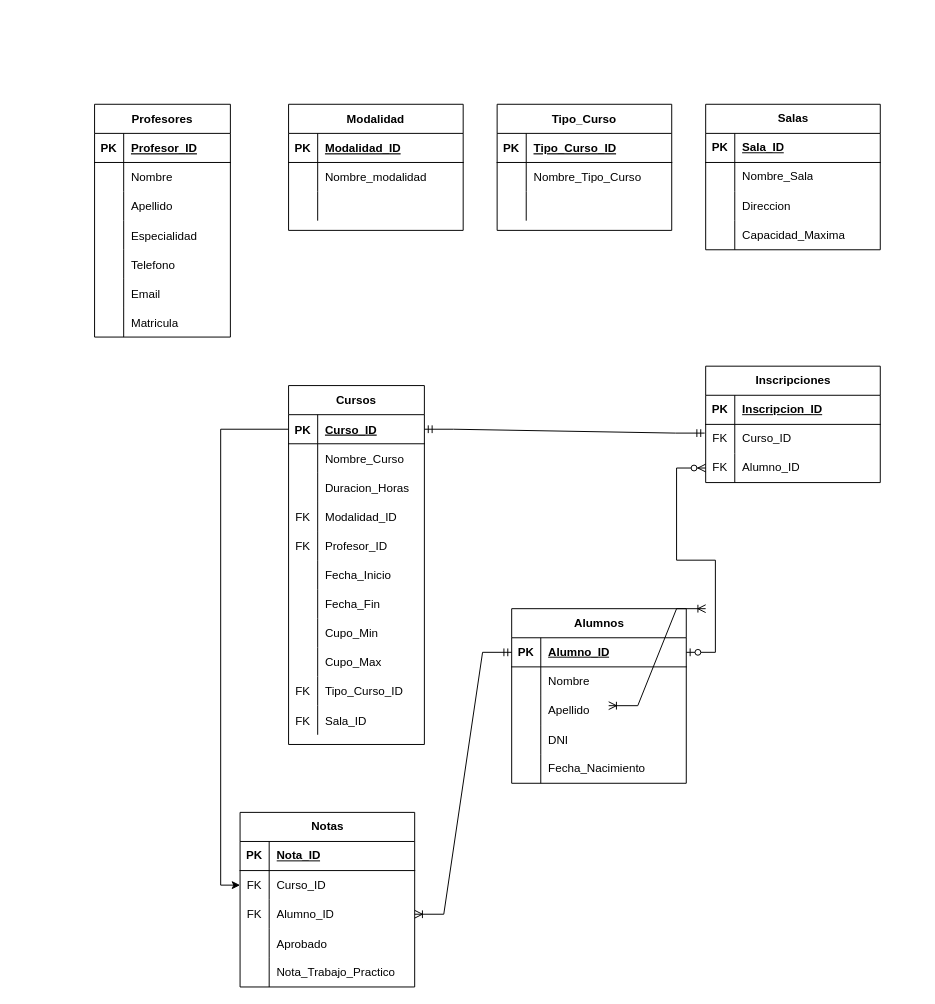
Above: Diagrama sin título.drawio in PCalderon77/Bases-de-datos1-ISSD (draw.io), before the change. Source tidied: cells renumbered, new cells numbered last; positions are measured from the earlier drawing's top-left corner, leaving out a move shared by most shapes. Both pictures are drawn from the tidied source at 97%, with x=0, y=0 at pixel (94, 104).
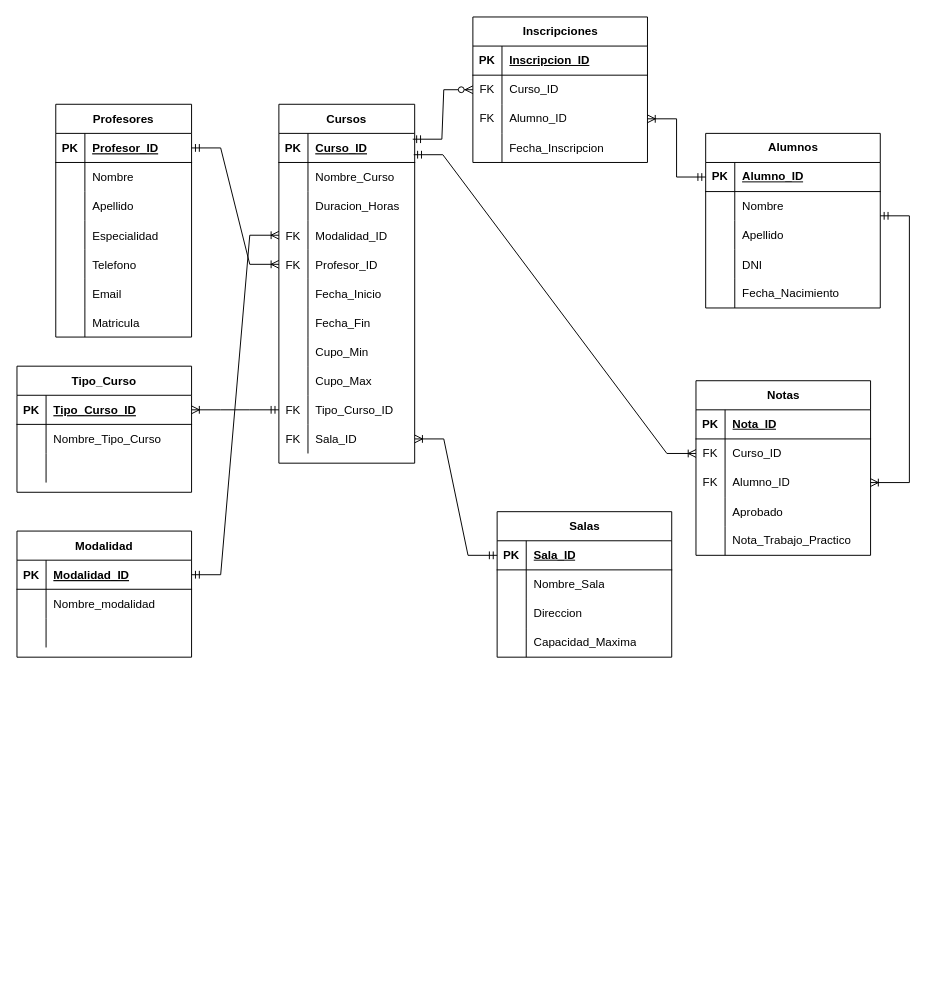
Above is the later version.

Commit message:
Actualizar Parcial 1.drawio

Unchanged cells that the change refers to:
```xml
<mxCell id="3" style="shape=partialRectangle;fillColor=none;points=[[0,0.5],[1,0.5]];portConstraint=eastwest;top=0;left=0;right=0;bottom=1;" parent="2" vertex="1">
  <mxGeometry y="30" width="180" height="30" as="geometry" />
</mxCell>
<mxCell id="13" style="shape=partialRectangle;fillColor=none;points=[[0,0.5],[1,0.5]];portConstraint=eastwest;top=0;left=0;right=0;bottom=1;" parent="12" vertex="1">
  <mxGeometry y="30" width="180" height="30" as="geometry" />
</mxCell>
<mxCell id="23" style="shape=partialRectangle;fillColor=none;points=[[0,0.5],[1,0.5]];portConstraint=eastwest;top=0;left=0;right=0;bottom=1;" parent="22" vertex="1">
  <mxGeometry y="30" width="140" height="30" as="geometry" />
</mxCell>
<mxCell id="45" style="shape=tableRow;horizontal=0;startSize=0;swimlaneHead=0;swimlaneBody=0;fillColor=none;points=[[0,0.5],[1,0.5]];portConstraint=eastwest;top=0;left=0;right=0;bottom=1;" parent="44" vertex="1">
  <mxGeometry y="30" width="180" height="30" as="geometry" />
</mxCell>
<mxCell id="58" style="shape=partialRectangle;fillColor=none;points=[[0,0.5],[1,0.5]];portConstraint=eastwest;top=0;left=0;right=0;bottom=1;" parent="57" vertex="1">
  <mxGeometry y="30" width="140" height="30" as="geometry" />
</mxCell>
<mxCell id="67" style="shape=tableRow;horizontal=0;startSize=0;swimlaneHead=0;swimlaneBody=0;fillColor=none;points=[[0,0.5],[1,0.5]];portConstraint=eastwest;top=0;left=0;right=0;bottom=0;" parent="57" vertex="1">
  <mxGeometry y="120" width="140" height="30" as="geometry" />
</mxCell>
<mxCell id="70" style="shape=tableRow;horizontal=0;startSize=0;swimlaneHead=0;swimlaneBody=0;fillColor=none;points=[[0,0.5],[1,0.5]];portConstraint=eastwest;top=0;left=0;right=0;bottom=0;" parent="57" vertex="1">
  <mxGeometry y="150" width="140" height="30" as="geometry" />
</mxCell>
<mxCell id="85" style="shape=tableRow;horizontal=0;startSize=0;swimlaneHead=0;swimlaneBody=0;fillColor=none;points=[[0,0.5],[1,0.5]];portConstraint=eastwest;top=0;left=0;right=0;bottom=0;" parent="57" vertex="1">
  <mxGeometry y="300" width="140" height="30" as="geometry" />
</mxCell>
<mxCell id="88" style="shape=tableRow;horizontal=0;startSize=0;swimlaneHead=0;swimlaneBody=0;fillColor=none;points=[[0,0.5],[1,0.5]];portConstraint=eastwest;top=0;left=0;right=0;bottom=0;" parent="57" vertex="1">
  <mxGeometry y="330" width="140" height="30" as="geometry" />
</mxCell>
<mxCell id="92" style="shape=tableRow;horizontal=0;startSize=0;swimlaneHead=0;swimlaneBody=0;fillColor=none;points=[[0,0.5],[1,0.5]];portConstraint=eastwest;top=0;left=0;right=0;bottom=1;" parent="91" vertex="1">
  <mxGeometry y="30" width="180" height="30" as="geometry" />
</mxCell>
<mxCell id="111" style="shape=tableRow;horizontal=0;startSize=0;swimlaneHead=0;swimlaneBody=0;fillColor=none;points=[[0,0.5],[1,0.5]];portConstraint=eastwest;top=0;left=0;right=0;bottom=0;" parent="107" vertex="1">
  <mxGeometry y="60" width="180" height="30" as="geometry" />
</mxCell>
<mxCell id="114" style="shape=tableRow;horizontal=0;startSize=0;swimlaneHead=0;swimlaneBody=0;fillColor=none;points=[[0,0.5],[1,0.5]];portConstraint=eastwest;top=0;left=0;right=0;bottom=0;" parent="107" vertex="1">
  <mxGeometry y="90" width="180" height="30" as="geometry" />
</mxCell>
<mxCell id="121" style="shape=tableRow;horizontal=0;startSize=0;swimlaneHead=0;swimlaneBody=0;fillColor=none;points=[[0,0.5],[1,0.5]];portConstraint=eastwest;top=0;left=0;right=0;bottom=0;" parent="117" vertex="1">
  <mxGeometry y="60" width="180" height="30" as="geometry" />
</mxCell>
<mxCell id="124" style="shape=tableRow;horizontal=0;startSize=0;swimlaneHead=0;swimlaneBody=0;fillColor=none;points=[[0,0.5],[1,0.5]];portConstraint=eastwest;top=0;left=0;right=0;bottom=0;" parent="117" vertex="1">
  <mxGeometry y="90" width="180" height="30" as="geometry" />
</mxCell>
```

Change to the diagram source:
```diff
@@
     <mxCell id="2" value="Modalidad" style="shape=table;startSize=30;childLayout=tableLayout;rowLines=0;fontStyle=1;align=center;" parent="1" vertex="1">
-      <mxGeometry x="200" width="180" height="130" as="geometry" />
+      <mxGeometry x="-80" y="440" width="180" height="130" as="geometry" />
     </mxCell>
@@
     <mxCell id="12" value="Tipo_Curso" style="shape=table;startSize=30;childLayout=tableLayout;rowLines=0;fontStyle=1;align=center;" parent="1" vertex="1">
-      <mxGeometry x="415" width="180" height="130" as="geometry" />
+      <mxGeometry x="-80" y="270" width="180" height="130" as="geometry" />
     </mxCell>
@@
     <mxCell id="22" value="Profesores" style="shape=table;startSize=30;childLayout=tableLayout;rowLines=0;fontStyle=1;align=center;" parent="1" vertex="1">
-      <mxGeometry width="140" height="240" as="geometry" />
+      <mxGeometry x="-40" width="140" height="240" as="geometry" />
     </mxCell>
@@
     <mxCell id="44" value="Salas" style="shape=table;startSize=30;childLayout=tableLayout;rowLines=0;fontStyle=1;align=center;html=1;" parent="1" vertex="1">
-      <mxGeometry x="630" width="180" height="150" as="geometry" />
+      <mxGeometry x="415" y="420" width="180" height="150" as="geometry" />
     </mxCell>
@@
     <mxCell id="57" value="Cursos" style="shape=table;startSize=30;childLayout=tableLayout;rowLines=0;fontStyle=1;align=center;" parent="1" vertex="1">
-      <mxGeometry x="200" y="290" width="140" height="370" as="geometry" />
+      <mxGeometry x="190" width="140" height="370" as="geometry" />
     </mxCell>
@@
     <mxCell id="91" value="Alumnos" style="shape=table;startSize=30;childLayout=tableLayout;rowLines=0;fontStyle=1;align=center;html=1;" parent="1" vertex="1">
-      <mxGeometry x="430" y="520" width="180" height="180" as="geometry" />
+      <mxGeometry x="630" y="30" width="180" height="180" as="geometry" />
     </mxCell>
@@
     <mxCell id="107" value="Inscripciones" style="shape=table;startSize=30;childLayout=tableLayout;rowLines=0;fontStyle=1;align=center;html=1;" parent="1" vertex="1">
-      <mxGeometry x="630" y="270" width="180" height="120" as="geometry" />
+      <mxGeometry x="390" y="-90" width="180" height="150" as="geometry" />
     </mxCell>
@@
+    <mxCell id="138" style="shape=tableRow;horizontal=0;startSize=0;swimlaneHead=0;swimlaneBody=0;fillColor=none;top=0;left=0;right=0;bottom=0;" parent="107" vertex="1">
+      <mxGeometry y="120" width="180" height="30" as="geometry" />
+    </mxCell>
+    <mxCell id="139" style="shape=partialRectangle;fillColor=none;top=0;left=0;bottom=0;right=0;overflow=hidden;" parent="138" vertex="1">
+      <mxGeometry width="30" height="30" as="geometry" />
+    </mxCell>
+    <mxCell id="140" value="Fecha_Inscripcion" style="shape=partialRectangle;fillColor=none;top=0;left=0;bottom=0;right=0;align=left;spacingLeft=6;overflow=hidden;" parent="138" vertex="1">
+      <mxGeometry x="30" width="150" height="30" as="geometry" />
+    </mxCell>
     <mxCell id="117" value="Notas" style="shape=table;startSize=30;childLayout=tableLayout;rowLines=0;fontStyle=1;align=center;html=1;" parent="1" vertex="1">
-      <mxGeometry x="150" y="730" width="180" height="180" as="geometry" />
+      <mxGeometry x="620" y="285" width="180" height="180" as="geometry" />
     </mxCell>
@@
+    <mxCell id="135" style="edgeStyle=entityRelationEdgeStyle;fontSize=12;html=1;endArrow=ERoneToMany;startArrow=ERmandOne;rounded=0;entryX=1;entryY=0.5;entryDx=0;entryDy=0;" parent="1" edge="1" target="124">
+      <mxGeometry relative="1" as="geometry">
+        <mxPoint x="810" y="115" as="sourcePoint" />
+        <Array as="points">
+          <mxPoint x="240" y="490" />
+          <mxPoint x="270" y="720" />
+          <mxPoint x="230" y="610" />
+          <mxPoint x="290" y="700" />
+        </Array>
+      </mxGeometry>
+    </mxCell>
+    <mxCell id="134" style="edgeStyle=entityRelationEdgeStyle;fontSize=12;html=1;endArrow=ERzeroToMany;startArrow=ERmandOne;rounded=0;entryX=0;entryY=0.5;entryDx=0;entryDy=0;exitX=0.986;exitY=0.2;exitDx=0;exitDy=0;exitPerimeter=0;" parent="1" edge="1" source="58" target="111">
+      <mxGeometry relative="1" as="geometry" />
+    </mxCell>
+    <mxCell id="141" style="edgeStyle=entityRelationEdgeStyle;fontSize=12;html=1;endArrow=ERoneToMany;startArrow=ERmandOne;rounded=0;entryX=0;entryY=0.5;entryDx=0;entryDy=0;exitX=1;exitY=0.5;exitDx=0;exitDy=0;" parent="1" edge="1" source="23" target="70">
+      <mxGeometry relative="1" as="geometry" />
+    </mxCell>
+    <mxCell id="137" style="edgeStyle=entityRelationEdgeStyle;fontSize=12;html=1;endArrow=ERoneToMany;startArrow=ERmandOne;rounded=0;entryX=0;entryY=0.5;entryDx=0;entryDy=0;exitX=0.993;exitY=0.733;exitDx=0;exitDy=0;exitPerimeter=0;" parent="1" edge="1" source="58" target="121">
+      <mxGeometry relative="1" as="geometry" />
+    </mxCell>
+    <mxCell id="142" style="edgeStyle=entityRelationEdgeStyle;fontSize=12;html=1;endArrow=ERoneToMany;startArrow=ERmandOne;rounded=0;exitX=0;exitY=0.5;exitDx=0;exitDy=0;entryX=1;entryY=0.5;entryDx=0;entryDy=0;" parent="1" edge="1" source="45" target="88">
+      <mxGeometry relative="1" as="geometry" />
+    </mxCell>
+    <mxCell id="143" style="edgeStyle=entityRelationEdgeStyle;fontSize=12;html=1;endArrow=ERoneToMany;startArrow=ERmandOne;rounded=0;entryX=0;entryY=0.5;entryDx=0;entryDy=0;exitX=1;exitY=0.5;exitDx=0;exitDy=0;" parent="1" edge="1" source="3" target="67">
+      <mxGeometry relative="1" as="geometry" />
+    </mxCell>
-    <mxCell id="133" style="edgeStyle=entityRelationEdgeStyle;fontSize=12;html=1;endArrow=ERzeroToMany;startArrow=ERzeroToOne;rounded=0;entryX=0;entryY=0.5;entryDx=0;entryDy=0;exitX=1;exitY=0.5;exitDx=0;exitDy=0;" parent="1" edge="1" source="92" target="114">
+    <mxCell id="133" style="edgeStyle=entityRelationEdgeStyle;fontSize=12;html=1;endArrow=ERoneToMany;startArrow=ERmandOne;rounded=0;entryX=1;entryY=0.5;entryDx=0;entryDy=0;exitX=0;exitY=0.5;exitDx=0;exitDy=0;" parent="1" edge="1" source="92" target="114">
       <mxGeometry relative="1" as="geometry" />
     </mxCell>
-    <mxCell id="134" style="edgeStyle=entityRelationEdgeStyle;fontSize=12;html=1;endArrow=ERmandOne;startArrow=ERmandOne;rounded=0;exitX=1;exitY=0.5;exitDx=0;exitDy=0;entryX=-0.006;entryY=0.3;entryDx=0;entryDy=0;entryPerimeter=0;" parent="1" edge="1" source="58" target="111">
-      <mxGeometry relative="1" as="geometry" />
-    </mxCell>
-    <mxCell id="135" style="edgeStyle=entityRelationEdgeStyle;fontSize=12;html=1;endArrow=ERoneToMany;startArrow=ERmandOne;rounded=0;entryX=1;entryY=0.5;entryDx=0;entryDy=0;" parent="1" edge="1" source="92" target="124">
-      <mxGeometry relative="1" as="geometry">
-        <Array as="points">
-          <mxPoint x="240" y="490" />
-          <mxPoint x="270" y="720" />
-          <mxPoint x="230" y="610" />
-          <mxPoint x="290" y="700" />
-        </Array>
-      </mxGeometry>
-    </mxCell>
-    <mxCell id="136" style="edgeStyle=entityRelationEdgeStyle;fontSize=12;html=1;endArrow=ERoneToMany;startArrow=ERoneToMany;rounded=0;" parent="1" edge="1">
-      <mxGeometry relative="1" as="geometry">
-        <mxPoint x="530" y="620" as="sourcePoint" />
-        <mxPoint x="630" y="520" as="targetPoint" />
-      </mxGeometry>
-    </mxCell>
-    <mxCell id="137" style="edgeStyle=orthogonalEdgeStyle;rounded=0;jettySize=auto;html=1;exitX=0;exitY=0.5;exitDx=0;exitDy=0;entryX=0;entryY=0.5;entryDx=0;entryDy=0;" parent="1" edge="1" source="58" target="121">
-      <mxGeometry relative="1" as="geometry" />
-    </mxCell>
+    <mxCell id="144" style="edgeStyle=entityRelationEdgeStyle;fontSize=12;html=1;endArrow=ERoneToMany;startArrow=ERmandOne;rounded=0;exitX=0;exitY=0.5;exitDx=0;exitDy=0;entryX=1;entryY=0.5;entryDx=0;entryDy=0;" parent="1" edge="1" source="85" target="13">
+      <mxGeometry relative="1" as="geometry" />
+    </mxCell>
```
